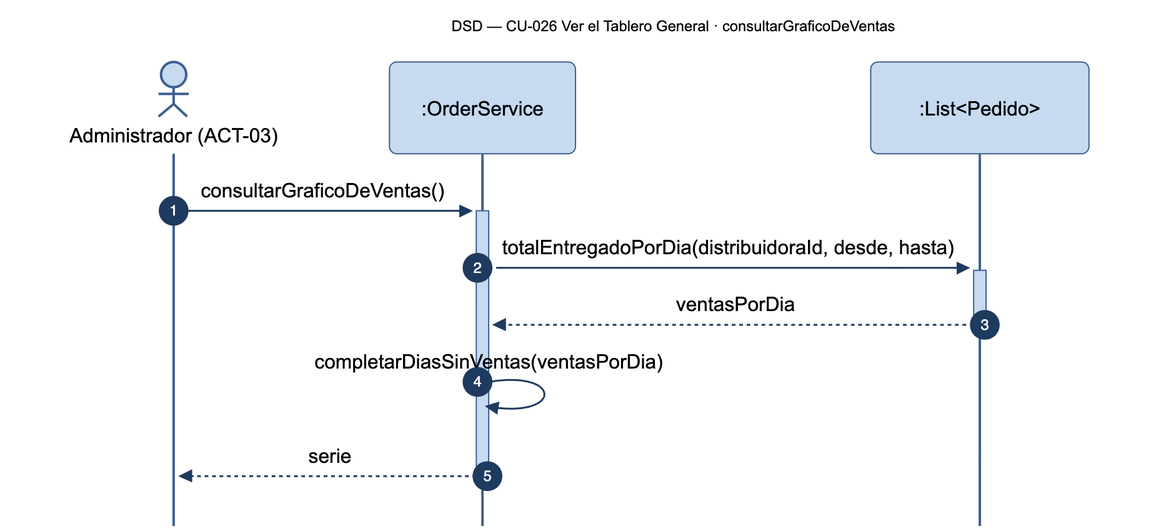
The Mermaid diagram diagramas/png/DSD_CU-026_consultarGraficoDeVentas.png in Nahuelito-Dev/splg-docs, before a commit. Its source is kept beside it as diagramas/DSD_CU-026_consultarGraficoDeVentas.mmd.
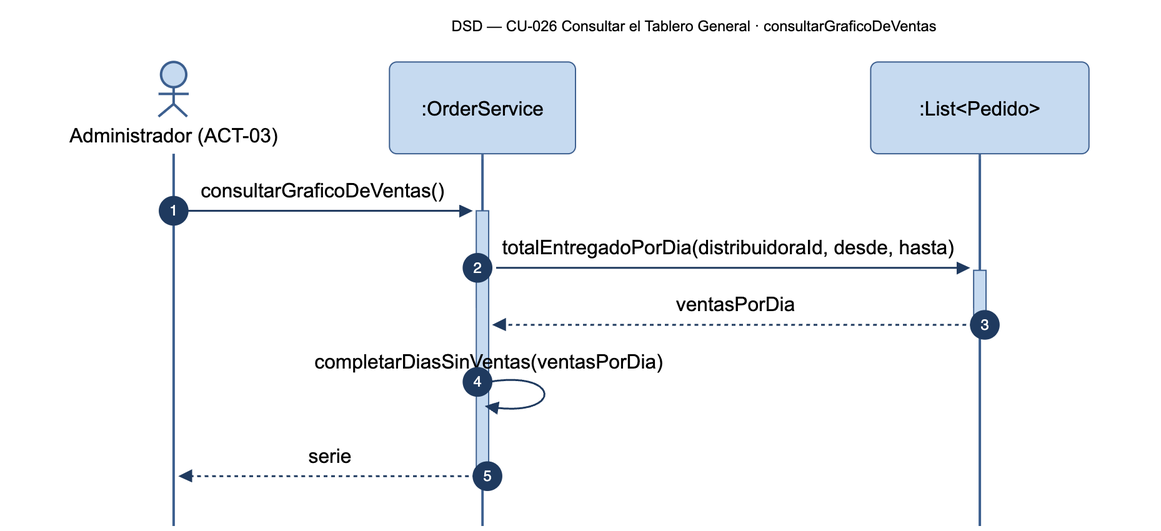
Above is the later version.

The edit, as a diff of the source:
```diff
@@ -1,5 +1,5 @@
 sequenceDiagram
-    title DSD — CU-026 Ver el Tablero General · consultarGraficoDeVentas
+    title DSD — CU-026 Consultar el Tablero General · consultarGraficoDeVentas
     autonumber
     actor ADM as Administrador (ACT-03)
     participant SRV as :OrderService
```
